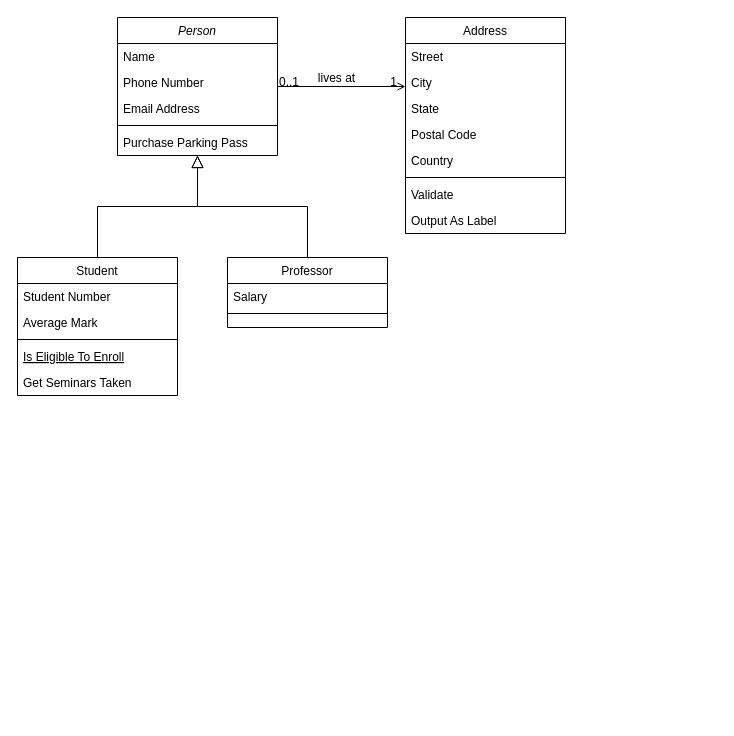
Earlier version of the draw.io diagram draw.io/lumen/未命名绘图.drawio (liaoque/php-old-project). Source tidied: cells renumbered, new cells numbered last; positions are measured from the earlier drawing's top-left corner, leaving out a move shared by most shapes. Both pictures are drawn from the tidied source at 100%, with x=0, y=0 at pixel (17, 17).
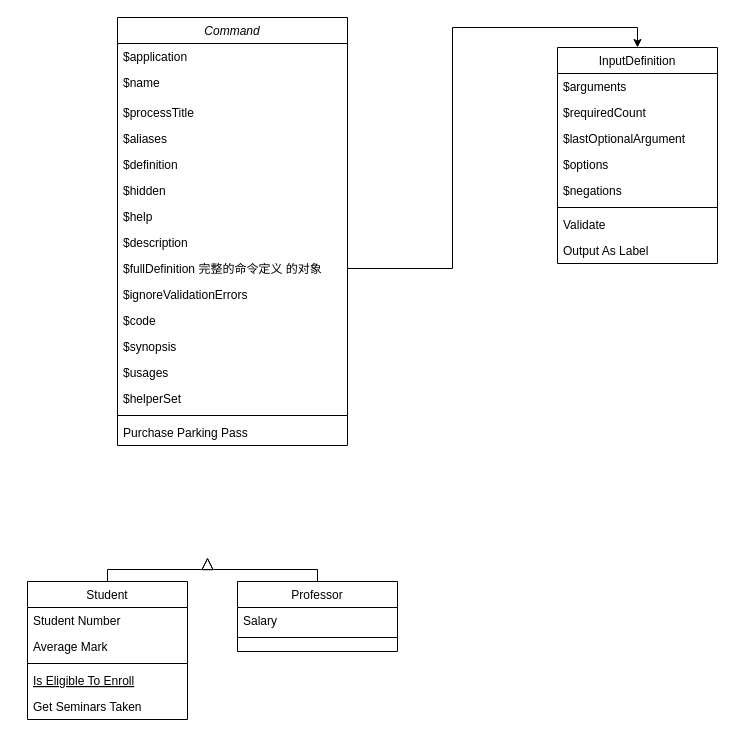
The same diagram, later.

What changed in the source:
```diff
@@
-    <mxCell id="2" value="Person" style="swimlane;fontStyle=2;align=center;verticalAlign=top;horizontal=1;startSize=26;rounded=0;shadow=0;strokeWidth=1;" parent="1" vertex="1">
-      <mxGeometry x="100" width="160" height="138" as="geometry" />
+    <mxCell id="2" value="Command" style="swimlane;fontStyle=2;align=center;verticalAlign=top;horizontal=1;startSize=26;rounded=0;shadow=0;strokeWidth=1;" parent="1" vertex="1">
+      <mxGeometry x="100" width="230" height="428" as="geometry" />
     </mxCell>
-    <mxCell id="3" value="Name" style="text;align=left;verticalAlign=top;spacingLeft=4;spacingRight=4;overflow=hidden;" parent="2" vertex="1">
-      <mxGeometry y="26" width="160" height="26" as="geometry" />
+    <mxCell id="3" value="$application" style="text;align=left;verticalAlign=top;spacingLeft=4;spacingRight=4;overflow=hidden;" parent="2" vertex="1">
+      <mxGeometry y="26" width="230" height="26" as="geometry" />
     </mxCell>
-    <mxCell id="4" value="Phone Number" style="text;align=left;verticalAlign=top;spacingLeft=4;spacingRight=4;overflow=hidden;rounded=0;shadow=0;html=0;" parent="2" vertex="1">
-      <mxGeometry y="52" width="160" height="26" as="geometry" />
+    <mxCell id="4" value="$name" style="text;align=left;verticalAlign=top;spacingLeft=4;spacingRight=4;overflow=hidden;rounded=0;shadow=0;html=0;" parent="2" vertex="1">
+      <mxGeometry y="52" width="230" height="30" as="geometry" />
     </mxCell>
-    <mxCell id="5" value="Email Address" style="text;align=left;verticalAlign=top;spacingLeft=4;spacingRight=4;overflow=hidden;rounded=0;shadow=0;html=0;" parent="2" vertex="1">
-      <mxGeometry y="78" width="160" height="26" as="geometry" />
+    <mxCell id="5" value="$processTitle" style="text;align=left;verticalAlign=top;spacingLeft=4;spacingRight=4;overflow=hidden;rounded=0;shadow=0;html=0;" parent="2" vertex="1">
+      <mxGeometry y="82" width="230" height="26" as="geometry" />
     </mxCell>
+    <mxCell id="32" value="$aliases" style="text;align=left;verticalAlign=top;spacingLeft=4;spacingRight=4;overflow=hidden;rounded=0;shadow=0;html=0;" parent="2" vertex="1">
+      <mxGeometry y="108" width="230" height="26" as="geometry" />
+    </mxCell>
+    <mxCell id="33" value="$definition" style="text;align=left;verticalAlign=top;spacingLeft=4;spacingRight=4;overflow=hidden;rounded=0;shadow=0;html=0;" parent="2" vertex="1">
+      <mxGeometry y="134" width="230" height="26" as="geometry" />
+    </mxCell>
+    <mxCell id="34" value="$hidden" style="text;align=left;verticalAlign=top;spacingLeft=4;spacingRight=4;overflow=hidden;rounded=0;shadow=0;html=0;" parent="2" vertex="1">
+      <mxGeometry y="160" width="230" height="26" as="geometry" />
+    </mxCell>
+    <mxCell id="35" value="$help" style="text;align=left;verticalAlign=top;spacingLeft=4;spacingRight=4;overflow=hidden;rounded=0;shadow=0;html=0;" parent="2" vertex="1">
+      <mxGeometry y="186" width="230" height="26" as="geometry" />
+    </mxCell>
+    <mxCell id="36" value="$description" style="text;align=left;verticalAlign=top;spacingLeft=4;spacingRight=4;overflow=hidden;rounded=0;shadow=0;html=0;" parent="2" vertex="1">
+      <mxGeometry y="212" width="230" height="26" as="geometry" />
+    </mxCell>
+    <mxCell id="37" value="$fullDefinition 完整的命令定义 的对象" style="text;align=left;verticalAlign=top;spacingLeft=4;spacingRight=4;overflow=hidden;points=[[0,0.5],[1,0.5]];portConstraint=eastwest;rounded=0;shadow=0;html=0;" parent="2" vertex="1">
+      <mxGeometry y="238" width="230" height="26" as="geometry" />
+    </mxCell>
+    <mxCell id="38" value="$ignoreValidationErrors" style="text;align=left;verticalAlign=top;spacingLeft=4;spacingRight=4;overflow=hidden;rounded=0;shadow=0;html=0;" parent="2" vertex="1">
+      <mxGeometry y="264" width="230" height="26" as="geometry" />
+    </mxCell>
+    <mxCell id="39" value="$code" style="text;align=left;verticalAlign=top;spacingLeft=4;spacingRight=4;overflow=hidden;rounded=0;shadow=0;html=0;" parent="2" vertex="1">
+      <mxGeometry y="290" width="230" height="26" as="geometry" />
+    </mxCell>
+    <mxCell id="40" value="$synopsis" style="text;align=left;verticalAlign=top;spacingLeft=4;spacingRight=4;overflow=hidden;rounded=0;shadow=0;html=0;" parent="2" vertex="1">
+      <mxGeometry y="316" width="230" height="26" as="geometry" />
+    </mxCell>
+    <mxCell id="41" value="$usages" style="text;align=left;verticalAlign=top;spacingLeft=4;spacingRight=4;overflow=hidden;rounded=0;shadow=0;html=0;" parent="2" vertex="1">
+      <mxGeometry y="342" width="230" height="26" as="geometry" />
+    </mxCell>
+    <mxCell id="42" value="$helperSet" style="text;align=left;verticalAlign=top;spacingLeft=4;spacingRight=4;overflow=hidden;rounded=0;shadow=0;html=0;" parent="2" vertex="1">
+      <mxGeometry y="368" width="230" height="26" as="geometry" />
+    </mxCell>
     <mxCell id="6" style="line;html=1;strokeWidth=1;align=left;verticalAlign=middle;spacingTop=-1;spacingLeft=3;spacingRight=3;labelPosition=right;" parent="2" vertex="1">
-      <mxGeometry y="104" width="160" height="8" as="geometry" />
+      <mxGeometry y="394" width="230" height="8" as="geometry" />
     </mxCell>
     <mxCell id="7" value="Purchase Parking Pass" style="text;align=left;verticalAlign=top;spacingLeft=4;spacingRight=4;overflow=hidden;" parent="2" vertex="1">
-      <mxGeometry y="112" width="160" height="26" as="geometry" />
+      <mxGeometry y="402" width="230" height="26" as="geometry" />
     </mxCell>
     <mxCell id="8" value="Student" style="swimlane;fontStyle=0;align=center;verticalAlign=top;horizontal=1;startSize=26;rounded=0;shadow=0;strokeWidth=1;" parent="1" vertex="1">
-      <mxGeometry y="240" width="160" height="138" as="geometry" />
+      <mxGeometry x="10" y="564" width="160" height="138" as="geometry" />
     </mxCell>
@@
-    <mxCell id="14" style="endArrow=block;endSize=10;endFill=0;shadow=0;strokeWidth=1;rounded=0;edgeStyle=elbowEdgeStyle;elbow=vertical;" parent="1" edge="1" source="8" target="2">
-      <mxGeometry relative="1" as="geometry" />
+    <mxCell id="14" style="endArrow=block;endSize=10;endFill=0;shadow=0;strokeWidth=1;rounded=0;edgeStyle=elbowEdgeStyle;elbow=vertical;" parent="1" edge="1" source="8">
+      <mxGeometry relative="1" as="geometry">
+        <mxPoint x="190" y="540" as="targetPoint" />
+      </mxGeometry>
     </mxCell>
     <mxCell id="15" value="Professor" style="swimlane;fontStyle=0;align=center;verticalAlign=top;horizontal=1;startSize=26;rounded=0;shadow=0;strokeWidth=1;" parent="1" vertex="1">
-      <mxGeometry x="210" y="240" width="160" height="70" as="geometry" />
+      <mxGeometry x="220" y="564" width="160" height="70" as="geometry" />
     </mxCell>
@@
-    <mxCell id="18" style="endArrow=block;endSize=10;endFill=0;shadow=0;strokeWidth=1;rounded=0;edgeStyle=elbowEdgeStyle;elbow=vertical;" parent="1" edge="1" source="15" target="2">
-      <mxGeometry relative="1" as="geometry" />
+    <mxCell id="18" style="endArrow=block;endSize=10;endFill=0;shadow=0;strokeWidth=1;rounded=0;edgeStyle=elbowEdgeStyle;elbow=vertical;" parent="1" edge="1" source="15">
+      <mxGeometry relative="1" as="geometry">
+        <mxPoint x="190" y="540" as="targetPoint" />
+      </mxGeometry>
     </mxCell>
-    <mxCell id="19" value="Address" style="swimlane;fontStyle=0;align=center;verticalAlign=top;horizontal=1;startSize=26;rounded=0;shadow=0;strokeWidth=1;" parent="1" vertex="1">
-      <mxGeometry x="388" width="160" height="216" as="geometry" />
+    <mxCell id="19" value="InputDefinition" style="swimlane;fontStyle=0;align=center;verticalAlign=top;horizontal=1;startSize=26;rounded=0;shadow=0;strokeWidth=1;" parent="1" vertex="1">
+      <mxGeometry x="540" y="30" width="160" height="216" as="geometry" />
     </mxCell>
-    <mxCell id="20" value="Street" style="text;align=left;verticalAlign=top;spacingLeft=4;spacingRight=4;overflow=hidden;" parent="19" vertex="1">
+    <mxCell id="20" value="$arguments" style="text;align=left;verticalAlign=top;spacingLeft=4;spacingRight=4;overflow=hidden;" parent="19" vertex="1">
       <mxGeometry y="26" width="160" height="26" as="geometry" />
     </mxCell>
-    <mxCell id="21" value="City" style="text;align=left;verticalAlign=top;spacingLeft=4;spacingRight=4;overflow=hidden;rounded=0;shadow=0;html=0;" parent="19" vertex="1">
+    <mxCell id="21" value="$requiredCount" style="text;align=left;verticalAlign=top;spacingLeft=4;spacingRight=4;overflow=hidden;rounded=0;shadow=0;html=0;" parent="19" vertex="1">
       <mxGeometry y="52" width="160" height="26" as="geometry" />
     </mxCell>
-    <mxCell id="22" value="State" style="text;align=left;verticalAlign=top;spacingLeft=4;spacingRight=4;overflow=hidden;rounded=0;shadow=0;html=0;" parent="19" vertex="1">
+    <mxCell id="22" value="$lastOptionalArgument" style="text;align=left;verticalAlign=top;spacingLeft=4;spacingRight=4;overflow=hidden;rounded=0;shadow=0;html=0;" parent="19" vertex="1">
       <mxGeometry y="78" width="160" height="26" as="geometry" />
     </mxCell>
-    <mxCell id="23" value="Postal Code" style="text;align=left;verticalAlign=top;spacingLeft=4;spacingRight=4;overflow=hidden;rounded=0;shadow=0;html=0;" parent="19" vertex="1">
+    <mxCell id="23" value="$options" style="text;align=left;verticalAlign=top;spacingLeft=4;spacingRight=4;overflow=hidden;rounded=0;shadow=0;html=0;" parent="19" vertex="1">
       <mxGeometry y="104" width="160" height="26" as="geometry" />
     </mxCell>
-    <mxCell id="24" value="Country" style="text;align=left;verticalAlign=top;spacingLeft=4;spacingRight=4;overflow=hidden;rounded=0;shadow=0;html=0;" parent="19" vertex="1">
+    <mxCell id="24" value="$negations" style="text;align=left;verticalAlign=top;spacingLeft=4;spacingRight=4;overflow=hidden;rounded=0;shadow=0;html=0;" parent="19" vertex="1">
       <mxGeometry y="130" width="160" height="26" as="geometry" />
     </mxCell>
@@
-    <mxCell id="28" style="endArrow=open;shadow=0;strokeWidth=1;rounded=0;endFill=1;edgeStyle=elbowEdgeStyle;elbow=vertical;" parent="1" edge="1" source="2" target="19">
-      <mxGeometry x="0.5" y="41" relative="1" as="geometry">
-        <mxPoint x="-40" y="32" as="offset" />
-      </mxGeometry>
-    </mxCell>
-    <mxCell id="29" value="0..1" style="align=left;verticalAlign=bottom;labelBackgroundColor=none;fontSize=12;" parent="28" vertex="1">
-      <mxGeometry x="-1" relative="1" as="geometry">
-        <mxPoint y="4" as="offset" />
-      </mxGeometry>
-    </mxCell>
-    <mxCell id="30" value="1" style="align=right;verticalAlign=bottom;labelBackgroundColor=none;fontSize=12;" parent="28" vertex="1">
-      <mxGeometry x="1" relative="1" as="geometry">
-        <mxPoint x="-7" y="4" as="offset" />
-      </mxGeometry>
-    </mxCell>
-    <mxCell id="31" value="lives at" style="text;html=1;align=center;verticalAlign=middle;labelBackgroundColor=none;rounded=0;shadow=0;strokeWidth=1;fontSize=12;" parent="28" vertex="1">
-      <mxGeometry x="0.5" y="49" relative="1" as="geometry">
-        <mxPoint x="-38" y="40" as="offset" />
-      </mxGeometry>
-    </mxCell>
+    <mxCell id="43" style="edgeStyle=orthogonalEdgeStyle;rounded=0;jettySize=auto;html=1;exitX=1;exitY=0.5;exitDx=0;exitDy=0;entryX=0.5;entryY=0;entryDx=0;entryDy=0;" parent="1" edge="1" source="37" target="19">
+      <mxGeometry relative="1" as="geometry" />
+    </mxCell>
```
